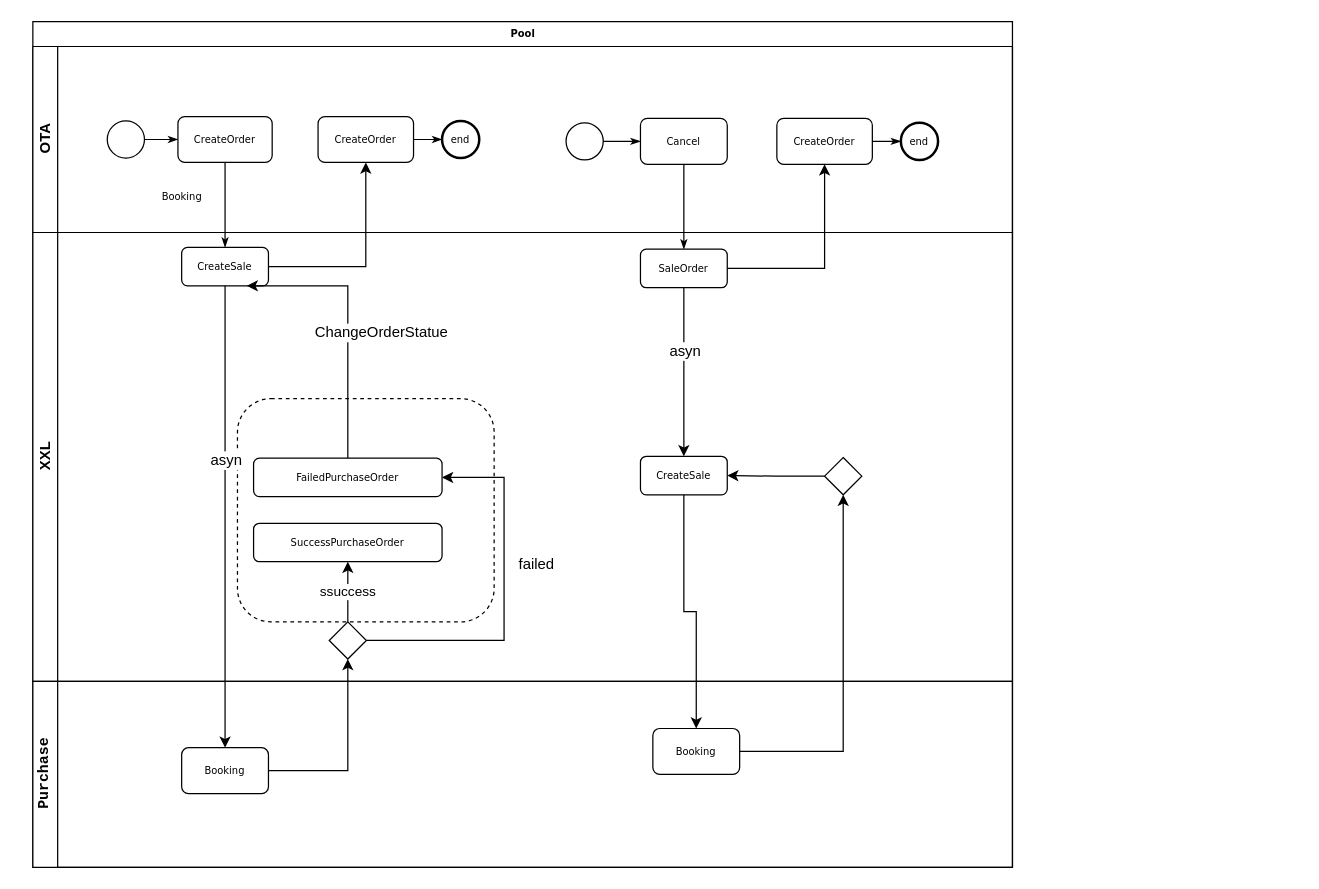
This is page "order workflow" (4 of 4) of drawio/酒店-美团.drawio from weiwen111/diagram, a draw.io file, before an edit. Source tidied: cells renumbered, new cells numbered last; positions are measured from the earlier drawing's top-left corner, leaving out a move shared by most shapes. Both pictures are drawn from the tidied source at 124%, with x=0, y=0 at pixel (32, 21).
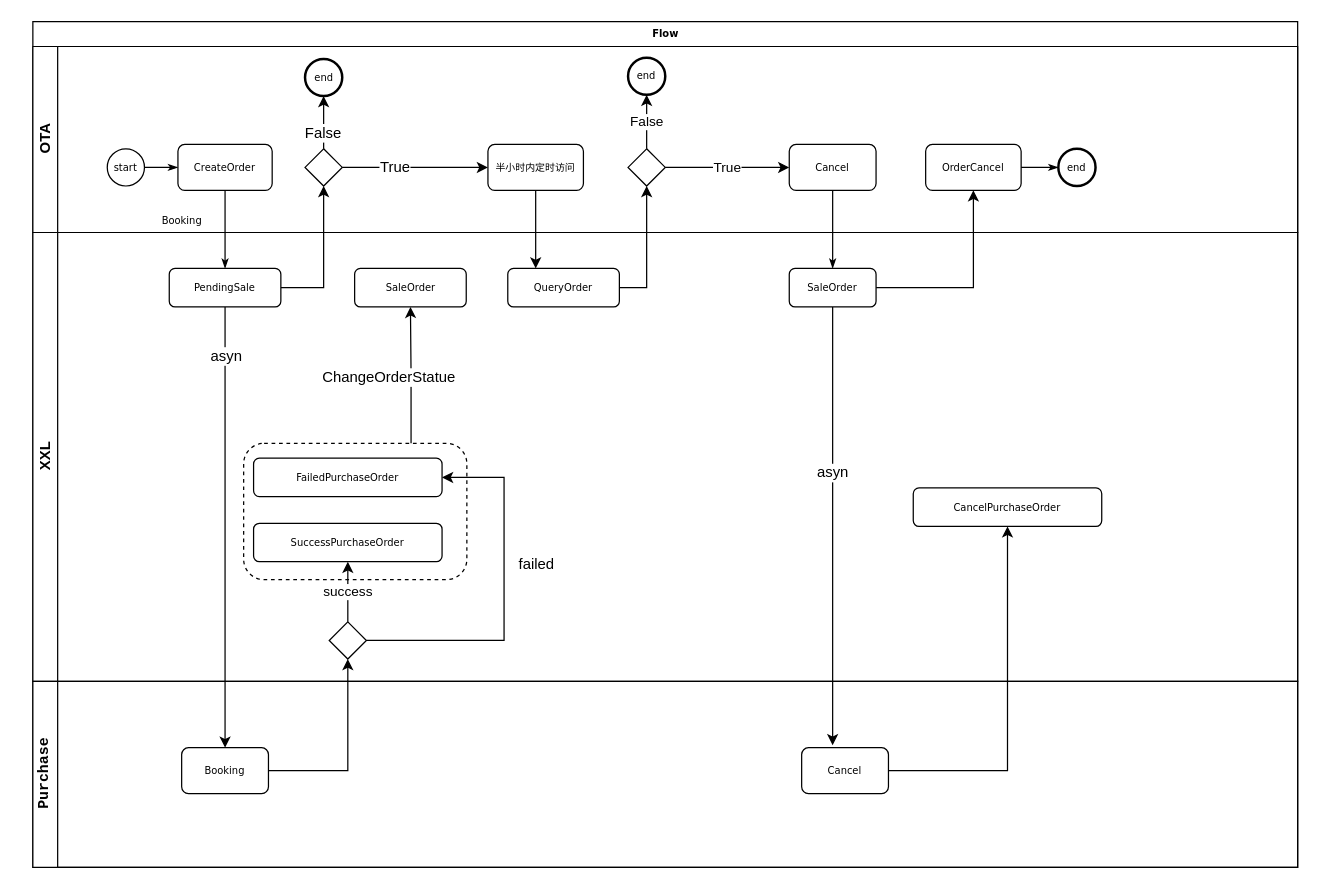
Above is the later version.

The change refers to these unchanged cells:
```xml
<mxCell id="19" style="strokeWidth=1;html=1;shape=mxgraph.flowchart.decision;whiteSpace=wrap;rounded=1;shadow=0;labelBackgroundColor=none;fillColor=#ffffff;fontFamily=Verdana;fontSize=8;fontColor=#000000;align=center;" parent="13" vertex="1">
  <mxGeometry x="239" y="314" width="30" height="30" as="geometry" />
</mxCell>
<mxCell id="34" value="&lt;span&gt;Success&lt;/span&gt;&lt;span&gt;PurchaseOrder&lt;/span&gt;" style="rounded=1;whiteSpace=wrap;html=1;shadow=0;labelBackgroundColor=none;strokeColor=#000000;strokeWidth=1;fillColor=#ffffff;fontFamily=Verdana;fontSize=8;fontColor=#000000;align=center;" parent="13" vertex="1">
  <mxGeometry x="178" y="234.5" width="152" height="31" as="geometry" />
</mxCell>
<mxCell id="37" value="&lt;span&gt;FailedPurchaseOrder&lt;/span&gt;" style="rounded=1;whiteSpace=wrap;html=1;shadow=0;labelBackgroundColor=none;strokeColor=#000000;strokeWidth=1;fillColor=#ffffff;fontFamily=Verdana;fontSize=8;fontColor=#000000;align=center;" parent="13" vertex="1">
  <mxGeometry x="178" y="182" width="152" height="31" as="geometry" />
</mxCell>
<mxCell id="39" value="Booking" style="rounded=1;whiteSpace=wrap;html=1;shadow=0;labelBackgroundColor=none;strokeColor=#000000;strokeWidth=1;fillColor=#ffffff;fontFamily=Verdana;fontSize=8;fontColor=#000000;align=center;" parent="38" vertex="1">
  <mxGeometry x="120" y="53.5" width="70" height="37" as="geometry" />
</mxCell>
<mxCell id="43" style="edgeStyle=orthogonalEdgeStyle;rounded=0;jettySize=auto;html=1;entryX=0.5;entryY=0;entryDx=0;entryDy=0;" parent="2" edge="1" source="15" target="39">
  <mxGeometry relative="1" as="geometry" />
</mxCell>
```

The edit, as a diff of the source:
```diff
@@
-    <mxCell id="2" value="Pool" style="swimlane;html=1;horizontal=1;startSize=20;rounded=0;shadow=0;labelBackgroundColor=none;strokeColor=#000000;strokeWidth=1;fillColor=#ffffff;fontFamily=Verdana;fontSize=8;fontColor=#000000;align=center;" parent="1" vertex="1">
-      <mxGeometry width="790" height="682" as="geometry" />
+    <mxCell id="2" value="Flow" style="swimlane;html=1;horizontal=1;startSize=20;rounded=0;shadow=0;labelBackgroundColor=none;strokeColor=#000000;strokeWidth=1;fillColor=#ffffff;fontFamily=Verdana;fontSize=8;fontColor=#000000;align=center;" parent="1" vertex="1">
+      <mxGeometry width="1020" height="682" as="geometry" />
     </mxCell>
+    <mxCell id="10" value="Booking" style="edgeStyle=orthogonalEdgeStyle;rounded=0;html=1;labelBackgroundColor=none;startArrow=none;startFill=0;startSize=5;endArrow=classicThin;endFill=1;endSize=5;jettySize=auto;strokeColor=#000000;strokeWidth=1;fontFamily=Verdana;fontSize=8;fontColor=#000000;" parent="2" edge="1" source="6" target="15">
+      <mxGeometry x="-0.23" y="-35" relative="1" as="geometry">
+        <mxPoint y="1" as="offset" />
+      </mxGeometry>
+    </mxCell>
+    <mxCell id="11" style="edgeStyle=orthogonalEdgeStyle;rounded=0;jettySize=auto;html=1;exitX=1;exitY=0.5;exitDx=0;exitDy=0;entryX=0.5;entryY=1;entryDx=0;entryDy=0;entryPerimeter=0;" parent="2" edge="1" source="15" target="49">
+      <mxGeometry relative="1" as="geometry" />
+    </mxCell>
+    <mxCell id="12" style="edgeStyle=orthogonalEdgeStyle;rounded=0;jettySize=auto;html=1;" parent="2" edge="1" source="39" target="19">
+      <mxGeometry relative="1" as="geometry" />
+    </mxCell>
     <mxCell id="3" value="OTA" style="swimlane;html=1;startSize=20;horizontal=0;" parent="2" vertex="1">
-      <mxGeometry y="20" width="790" height="150" as="geometry" />
+      <mxGeometry y="20" width="1020" height="150" as="geometry" />
     </mxCell>
@@
-    <mxCell id="5" style="ellipse;whiteSpace=wrap;html=1;rounded=0;shadow=0;labelBackgroundColor=none;strokeColor=#000000;strokeWidth=1;fillColor=#ffffff;fontFamily=Verdana;fontSize=8;fontColor=#000000;align=center;" parent="3" vertex="1">
-      <mxGeometry x="60" y="60" width="30" height="30" as="geometry" />
+    <mxCell id="5" value="start" style="ellipse;whiteSpace=wrap;html=1;rounded=0;shadow=0;labelBackgroundColor=none;strokeColor=#000000;strokeWidth=1;fillColor=#ffffff;fontFamily=Verdana;fontSize=8;fontColor=#000000;align=center;" parent="3" vertex="1">
+      <mxGeometry x="60" y="82.5" width="30" height="30" as="geometry" />
     </mxCell>
     <mxCell id="6" value="CreateOrder" style="rounded=1;whiteSpace=wrap;html=1;shadow=0;labelBackgroundColor=none;strokeColor=#000000;strokeWidth=1;fillColor=#ffffff;fontFamily=Verdana;fontSize=8;fontColor=#000000;align=center;" parent="3" vertex="1">
-      <mxGeometry x="117" y="56.5" width="76" height="37" as="geometry" />
+      <mxGeometry x="117" y="79" width="76" height="37" as="geometry" />
     </mxCell>
-    <mxCell id="7" style="edgeStyle=orthogonalEdgeStyle;rounded=0;html=1;labelBackgroundColor=none;startArrow=none;startFill=0;startSize=5;endArrow=classicThin;endFill=1;endSize=5;jettySize=auto;strokeColor=#000000;strokeWidth=1;fontFamily=Verdana;fontSize=8;fontColor=#000000;" parent="3" edge="1" source="8" target="9">
-      <mxGeometry relative="1" as="geometry" />
-    </mxCell>
-    <mxCell id="8" value="CreateOrder" style="rounded=1;whiteSpace=wrap;html=1;shadow=0;labelBackgroundColor=none;strokeColor=#000000;strokeWidth=1;fillColor=#ffffff;fontFamily=Verdana;fontSize=8;fontColor=#000000;align=center;" parent="3" vertex="1">
-      <mxGeometry x="230" y="56.5" width="77" height="37" as="geometry" />
+    <mxCell id="8" value="半小时内定时访问" style="rounded=1;whiteSpace=wrap;html=1;shadow=0;labelBackgroundColor=none;strokeColor=#000000;strokeWidth=1;fillColor=#ffffff;fontFamily=Verdana;fontSize=8;fontColor=#000000;align=center;" parent="3" vertex="1">
+      <mxGeometry x="367" y="79" width="77" height="37" as="geometry" />
     </mxCell>
     <mxCell id="9" value="end" style="ellipse;whiteSpace=wrap;html=1;rounded=0;shadow=0;labelBackgroundColor=none;strokeColor=#000000;strokeWidth=2;fillColor=#ffffff;fontFamily=Verdana;fontSize=8;fontColor=#000000;align=center;" parent="3" vertex="1">
-      <mxGeometry x="330" y="60" width="30" height="30" as="geometry" />
+      <mxGeometry x="219.5" y="10" width="30" height="30" as="geometry" />
     </mxCell>
-    <mxCell id="10" value="Booking" style="edgeStyle=orthogonalEdgeStyle;rounded=0;html=1;labelBackgroundColor=none;startArrow=none;startFill=0;startSize=5;endArrow=classicThin;endFill=1;endSize=5;jettySize=auto;strokeColor=#000000;strokeWidth=1;fontFamily=Verdana;fontSize=8;fontColor=#000000;" parent="2" edge="1" source="6" target="15">
-      <mxGeometry x="-0.23" y="-35" relative="1" as="geometry">
-        <mxPoint y="1" as="offset" />
-      </mxGeometry>
-    </mxCell>
-    <mxCell id="11" style="edgeStyle=orthogonalEdgeStyle;rounded=0;jettySize=auto;html=1;exitX=1;exitY=0.5;exitDx=0;exitDy=0;entryX=0.5;entryY=1;entryDx=0;entryDy=0;" parent="2" edge="1" source="15" target="8">
-      <mxGeometry relative="1" as="geometry" />
-    </mxCell>
-    <mxCell id="12" style="edgeStyle=orthogonalEdgeStyle;rounded=0;jettySize=auto;html=1;" parent="2" edge="1" source="39" target="19">
-      <mxGeometry relative="1" as="geometry" />
-    </mxCell>
+    <mxCell id="45" style="edgeStyle=orthogonalEdgeStyle;rounded=0;jettySize=auto;html=1;exitX=1;exitY=0.5;exitDx=0;exitDy=0;exitPerimeter=0;" parent="3" edge="1" source="49" target="8">
+      <mxGeometry relative="1" as="geometry" />
+    </mxCell>
+    <mxCell id="46" value="True" style="text;html=1;align=center;verticalAlign=middle;labelBackgroundColor=#ffffff;" parent="45" vertex="1">
+      <mxGeometry x="-0.01" y="-16" relative="1" as="geometry">
+        <mxPoint x="-16" y="-16" as="offset" />
+      </mxGeometry>
+    </mxCell>
+    <mxCell id="47" style="edgeStyle=orthogonalEdgeStyle;rounded=0;jettySize=auto;html=1;exitX=0.5;exitY=0;exitDx=0;exitDy=0;exitPerimeter=0;entryX=0.5;entryY=1;entryDx=0;entryDy=0;" parent="3" edge="1" source="49" target="9">
+      <mxGeometry relative="1" as="geometry" />
+    </mxCell>
+    <mxCell id="48" value="False" style="text;html=1;align=center;verticalAlign=middle;labelBackgroundColor=#ffffff;" parent="47" vertex="1">
+      <mxGeometry x="-0.37" y="1" relative="1" as="geometry" />
+    </mxCell>
+    <mxCell id="49" style="strokeWidth=1;html=1;shape=mxgraph.flowchart.decision;whiteSpace=wrap;rounded=1;shadow=0;labelBackgroundColor=none;fillColor=#ffffff;fontFamily=Verdana;fontSize=8;fontColor=#000000;align=center;" parent="3" vertex="1">
+      <mxGeometry x="219.5" y="82.5" width="30" height="30" as="geometry" />
+    </mxCell>
+    <mxCell id="50" value="False" style="edgeStyle=orthogonalEdgeStyle;rounded=0;jettySize=auto;html=1;entryX=0.5;entryY=1;entryDx=0;entryDy=0;" parent="3" edge="1" source="51" target="52">
+      <mxGeometry relative="1" as="geometry" />
+    </mxCell>
+    <mxCell id="51" style="strokeWidth=1;html=1;shape=mxgraph.flowchart.decision;whiteSpace=wrap;rounded=1;shadow=0;labelBackgroundColor=none;fillColor=#ffffff;fontFamily=Verdana;fontSize=8;fontColor=#000000;align=center;" parent="3" vertex="1">
+      <mxGeometry x="480" y="82.5" width="30" height="30" as="geometry" />
+    </mxCell>
+    <mxCell id="52" value="end" style="ellipse;whiteSpace=wrap;html=1;rounded=0;shadow=0;labelBackgroundColor=none;strokeColor=#000000;strokeWidth=2;fillColor=#ffffff;fontFamily=Verdana;fontSize=8;fontColor=#000000;align=center;" parent="3" vertex="1">
+      <mxGeometry x="480" y="9" width="30" height="30" as="geometry" />
+    </mxCell>
     <mxCell id="13" value="XXL" style="swimlane;html=1;startSize=20;horizontal=0;" parent="2" vertex="1">
-      <mxGeometry y="170" width="790" height="362" as="geometry" />
+      <mxGeometry y="170" width="1020" height="362" as="geometry" />
     </mxCell>
     <mxCell id="14" style="rounded=1;whiteSpace=wrap;html=1;shadow=0;labelBackgroundColor=none;strokeColor=#000000;strokeWidth=1;fillColor=#ffffff;fontFamily=Verdana;fontSize=8;fontColor=#000000;align=center;dashed=1;" parent="13" vertex="1">
-      <mxGeometry x="165" y="134" width="207" height="180" as="geometry" />
+      <mxGeometry x="170" y="170" width="180" height="110" as="geometry" />
     </mxCell>
-    <mxCell id="15" value="&lt;span&gt;CreateSale&lt;/span&gt;" style="rounded=1;whiteSpace=wrap;html=1;shadow=0;labelBackgroundColor=none;strokeColor=#000000;strokeWidth=1;fillColor=#ffffff;fontFamily=Verdana;fontSize=8;fontColor=#000000;align=center;" parent="13" vertex="1">
-      <mxGeometry x="120" y="12" width="70" height="31" as="geometry" />
+    <mxCell id="15" value="&lt;span&gt;PendingSale&lt;/span&gt;" style="rounded=1;whiteSpace=wrap;html=1;shadow=0;labelBackgroundColor=none;strokeColor=#000000;strokeWidth=1;fillColor=#ffffff;fontFamily=Verdana;fontSize=8;fontColor=#000000;align=center;" parent="13" vertex="1">
+      <mxGeometry x="110" y="29" width="90" height="31" as="geometry" />
     </mxCell>
-    <mxCell id="16" value="ssuccess" style="edgeStyle=orthogonalEdgeStyle;rounded=0;jettySize=auto;html=1;exitX=0.5;exitY=0;exitDx=0;exitDy=0;exitPerimeter=0;" parent="13" edge="1" source="19" target="34">
+    <mxCell id="16" value="success" style="edgeStyle=orthogonalEdgeStyle;rounded=0;jettySize=auto;html=1;exitX=0.5;exitY=0;exitDx=0;exitDy=0;exitPerimeter=0;" parent="13" edge="1" source="19" target="34">
       <mxGeometry relative="1" as="geometry" />
     </mxCell>
@@
-    <mxCell id="20" style="ellipse;whiteSpace=wrap;html=1;rounded=0;shadow=0;labelBackgroundColor=none;strokeColor=#000000;strokeWidth=1;fillColor=#ffffff;fontFamily=Verdana;fontSize=8;fontColor=#000000;align=center;" parent="13" vertex="1">
-      <mxGeometry x="430" y="-88.5" width="30" height="30" as="geometry" />
-    </mxCell>
     <mxCell id="21" value="Cancel" style="rounded=1;whiteSpace=wrap;html=1;shadow=0;labelBackgroundColor=none;strokeColor=#000000;strokeWidth=1;fillColor=#ffffff;fontFamily=Verdana;fontSize=8;fontColor=#000000;align=center;" parent="13" vertex="1">
-      <mxGeometry x="490" y="-92" width="70" height="37" as="geometry" />
+      <mxGeometry x="610" y="-71" width="70" height="37" as="geometry" />
     </mxCell>
-    <mxCell id="22" style="edgeStyle=orthogonalEdgeStyle;rounded=0;html=1;labelBackgroundColor=none;startArrow=none;startFill=0;startSize=5;endArrow=classicThin;endFill=1;endSize=5;jettySize=auto;strokeColor=#000000;strokeWidth=1;fontFamily=Verdana;fontSize=8;fontColor=#000000;" parent="13" edge="1" source="20" target="21">
-      <mxGeometry relative="1" as="geometry" />
-    </mxCell>
-    <mxCell id="23" value="CreateOrder" style="rounded=1;whiteSpace=wrap;html=1;shadow=0;labelBackgroundColor=none;strokeColor=#000000;strokeWidth=1;fillColor=#ffffff;fontFamily=Verdana;fontSize=8;fontColor=#000000;align=center;" parent="13" vertex="1">
-      <mxGeometry x="600" y="-92" width="77" height="37" as="geometry" />
+    <mxCell id="23" value="OrderCancel" style="rounded=1;whiteSpace=wrap;html=1;shadow=0;labelBackgroundColor=none;strokeColor=#000000;strokeWidth=1;fillColor=#ffffff;fontFamily=Verdana;fontSize=8;fontColor=#000000;align=center;" parent="13" vertex="1">
+      <mxGeometry x="720" y="-71" width="77" height="37" as="geometry" />
     </mxCell>
     <mxCell id="24" value="end" style="ellipse;whiteSpace=wrap;html=1;rounded=0;shadow=0;labelBackgroundColor=none;strokeColor=#000000;strokeWidth=2;fillColor=#ffffff;fontFamily=Verdana;fontSize=8;fontColor=#000000;align=center;" parent="13" vertex="1">
-      <mxGeometry x="700" y="-88.5" width="30" height="30" as="geometry" />
+      <mxGeometry x="827" y="-67.5" width="30" height="30" as="geometry" />
     </mxCell>
@@
     <mxCell id="28" value="&lt;span&gt;SaleOrder&lt;/span&gt;" style="rounded=1;whiteSpace=wrap;html=1;shadow=0;labelBackgroundColor=none;strokeColor=#000000;strokeWidth=1;fillColor=#ffffff;fontFamily=Verdana;fontSize=8;fontColor=#000000;align=center;" parent="13" vertex="1">
-      <mxGeometry x="490" y="13.5" width="70" height="31" as="geometry" />
+      <mxGeometry x="610" y="29" width="70" height="31" as="geometry" />
     </mxCell>
-    <mxCell id="29" value="&lt;span&gt;CreateSale&lt;/span&gt;" style="rounded=1;whiteSpace=wrap;html=1;shadow=0;labelBackgroundColor=none;strokeColor=#000000;strokeWidth=1;fillColor=#ffffff;fontFamily=Verdana;fontSize=8;fontColor=#000000;align=center;" parent="13" vertex="1">
-      <mxGeometry x="490" y="180.5" width="70" height="31" as="geometry" />
-    </mxCell>
-    <mxCell id="30" style="edgeStyle=orthogonalEdgeStyle;rounded=0;jettySize=auto;html=1;" parent="13" edge="1" source="28" target="29">
-      <mxGeometry relative="1" as="geometry" />
-    </mxCell>
-    <mxCell id="31" value="asyn" style="text;html=1;align=center;verticalAlign=middle;labelBackgroundColor=#ffffff;" parent="30" vertex="1">
-      <mxGeometry x="-0.25" relative="1" as="geometry" />
-    </mxCell>
-    <mxCell id="32" style="edgeStyle=orthogonalEdgeStyle;rounded=0;jettySize=auto;html=1;exitX=0;exitY=0.5;exitDx=0;exitDy=0;exitPerimeter=0;entryX=1;entryY=0.5;entryDx=0;entryDy=0;" parent="13" edge="1" source="33" target="29">
-      <mxGeometry relative="1" as="geometry" />
-    </mxCell>
-    <mxCell id="33" style="strokeWidth=1;html=1;shape=mxgraph.flowchart.decision;whiteSpace=wrap;rounded=1;shadow=0;labelBackgroundColor=none;fillColor=#ffffff;fontFamily=Verdana;fontSize=8;fontColor=#000000;align=center;" parent="13" vertex="1">
-      <mxGeometry x="638.5" y="181.5" width="30" height="30" as="geometry" />
-    </mxCell>
@@
-    <mxCell id="35" style="edgeStyle=orthogonalEdgeStyle;rounded=0;jettySize=auto;html=1;entryX=0.75;entryY=1;entryDx=0;entryDy=0;" parent="13" edge="1" source="37" target="15">
-      <mxGeometry relative="1" as="geometry">
-        <Array as="points">
-          <mxPoint x="254" y="43" />
-        </Array>
-      </mxGeometry>
+    <mxCell id="35" style="rounded=0;jettySize=auto;html=1;exitX=0.75;exitY=0;exitDx=0;exitDy=0;edgeStyle=orthogonalEdgeStyle;entryX=0.5;entryY=1;entryDx=0;entryDy=0;" parent="13" edge="1" source="14" target="53">
+      <mxGeometry relative="1" as="geometry" />
     </mxCell>
     <mxCell id="36" value="ChangeOrderStatue" style="text;html=1;align=center;verticalAlign=middle;labelBackgroundColor=#ffffff;" parent="35" vertex="1">
       <mxGeometry x="0.09" y="1" relative="1" as="geometry">
-        <mxPoint x="27" y="18" as="offset" />
+        <mxPoint x="-17" y="6" as="offset" />
       </mxGeometry>
     </mxCell>
@@
+    <mxCell id="53" value="&lt;span&gt;SaleOrder&lt;/span&gt;" style="rounded=1;whiteSpace=wrap;html=1;shadow=0;labelBackgroundColor=none;strokeColor=#000000;strokeWidth=1;fillColor=#ffffff;fontFamily=Verdana;fontSize=8;fontColor=#000000;align=center;" parent="13" vertex="1">
+      <mxGeometry x="259.5" y="29" width="90" height="31" as="geometry" />
+    </mxCell>
+    <mxCell id="54" value="&lt;span&gt;QueryOrder&lt;/span&gt;" style="rounded=1;whiteSpace=wrap;html=1;shadow=0;labelBackgroundColor=none;strokeColor=#000000;strokeWidth=1;fillColor=#ffffff;fontFamily=Verdana;fontSize=8;fontColor=#000000;align=center;" parent="13" vertex="1">
+      <mxGeometry x="383" y="29" width="90" height="31" as="geometry" />
+    </mxCell>
+    <mxCell id="55" value="&lt;span&gt;CancelPurchaseOrder&lt;/span&gt;" style="rounded=1;whiteSpace=wrap;html=1;shadow=0;labelBackgroundColor=none;strokeColor=#000000;strokeWidth=1;fillColor=#ffffff;fontFamily=Verdana;fontSize=8;fontColor=#000000;align=center;" parent="13" vertex="1">
+      <mxGeometry x="710" y="206" width="152" height="31" as="geometry" />
+    </mxCell>
     <mxCell id="38" value="&lt;pre&gt;Purchase&lt;/pre&gt;" style="swimlane;html=1;startSize=20;horizontal=0;" parent="2" vertex="1">
-      <mxGeometry y="532" width="790" height="150" as="geometry" />
+      <mxGeometry y="532" width="1020" height="150" as="geometry" />
     </mxCell>
@@
-    <mxCell id="40" value="Booking" style="rounded=1;whiteSpace=wrap;html=1;shadow=0;labelBackgroundColor=none;strokeColor=#000000;strokeWidth=1;fillColor=#ffffff;fontFamily=Verdana;fontSize=8;fontColor=#000000;align=center;" parent="38" vertex="1">
-      <mxGeometry x="500" y="38" width="70" height="37" as="geometry" />
+    <mxCell id="40" value="Cancel" style="rounded=1;whiteSpace=wrap;html=1;shadow=0;labelBackgroundColor=none;strokeColor=#000000;strokeWidth=1;fillColor=#ffffff;fontFamily=Verdana;fontSize=8;fontColor=#000000;align=center;" parent="38" vertex="1">
+      <mxGeometry x="620" y="53.5" width="70" height="37" as="geometry" />
     </mxCell>
-    <mxCell id="41" style="edgeStyle=orthogonalEdgeStyle;rounded=0;jettySize=auto;html=1;exitX=0.5;exitY=1;exitDx=0;exitDy=0;entryX=0.5;entryY=0;entryDx=0;entryDy=0;" parent="2" edge="1" source="29" target="40">
-      <mxGeometry relative="1" as="geometry" />
-    </mxCell>
-    <mxCell id="42" style="edgeStyle=orthogonalEdgeStyle;rounded=0;jettySize=auto;html=1;" parent="2" edge="1" source="40" target="33">
-      <mxGeometry relative="1" as="geometry" />
-    </mxCell>
@@
     <mxCell id="44" value="asyn" style="text;html=1;align=center;verticalAlign=middle;labelBackgroundColor=#ffffff;" parent="43" vertex="1">
-      <mxGeometry x="-0.25" relative="1" as="geometry" />
+      <mxGeometry x="-0.25" relative="1" as="geometry">
+        <mxPoint y="-94" as="offset" />
+      </mxGeometry>
     </mxCell>
+    <mxCell id="56" style="edgeStyle=orthogonalEdgeStyle;rounded=0;jettySize=auto;html=1;exitX=0.5;exitY=1;exitDx=0;exitDy=0;entryX=0.25;entryY=0;entryDx=0;entryDy=0;" parent="2" edge="1" source="8" target="54">
+      <mxGeometry relative="1" as="geometry" />
+    </mxCell>
+    <mxCell id="57" style="edgeStyle=orthogonalEdgeStyle;rounded=0;jettySize=auto;html=1;exitX=1;exitY=0.5;exitDx=0;exitDy=0;entryX=0.5;entryY=1;entryDx=0;entryDy=0;entryPerimeter=0;" parent="2" edge="1" source="54" target="51">
+      <mxGeometry relative="1" as="geometry" />
+    </mxCell>
+    <mxCell id="58" value="True" style="edgeStyle=orthogonalEdgeStyle;rounded=0;jettySize=auto;html=1;exitX=1;exitY=0.5;exitDx=0;exitDy=0;exitPerimeter=0;" parent="2" edge="1" source="51" target="21">
+      <mxGeometry relative="1" as="geometry" />
+    </mxCell>
+    <mxCell id="30" style="edgeStyle=orthogonalEdgeStyle;rounded=0;jettySize=auto;html=1;entryX=0.357;entryY=-0.054;entryDx=0;entryDy=0;entryPerimeter=0;" parent="2" edge="1" source="28" target="40">
+      <mxGeometry relative="1" as="geometry" />
+    </mxCell>
+    <mxCell id="31" value="asyn" style="text;html=1;align=center;verticalAlign=middle;labelBackgroundColor=#ffffff;" parent="30" vertex="1">
+      <mxGeometry x="-0.25" relative="1" as="geometry" />
+    </mxCell>
+    <mxCell id="59" style="edgeStyle=orthogonalEdgeStyle;rounded=0;jettySize=auto;html=1;" parent="2" edge="1" source="40" target="55">
+      <mxGeometry relative="1" as="geometry" />
+    </mxCell>
```
